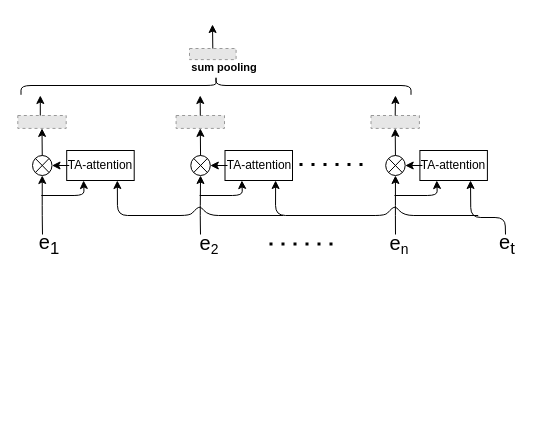
This is page "target awared attention" (6 of 9) of Untitled Diagram.drawio from jlinleung/Cheatsheets, a draw.io file, before an edit. Source tidied: cells renumbered, new cells numbered last; positions are measured from the earlier drawing's top-left corner, leaving out a move shared by most shapes. Both pictures are drawn from the tidied source at 100%, with x=0, y=0 at pixel (17, -110). Pictures stored in the file or linked from it are replaced by grey dashed boxes.
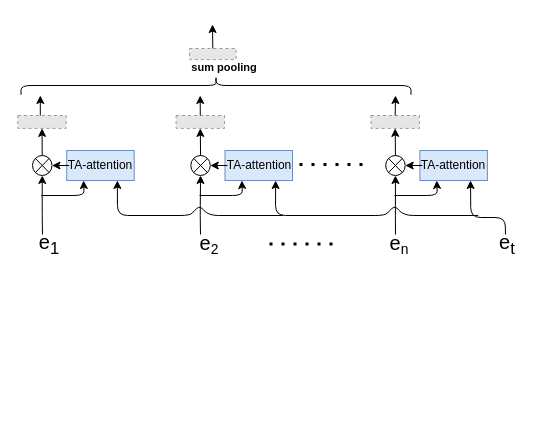
After the change.

Unchanged cells that the change refers to:
```xml
<mxCell id="6" style="group;" parent="5" vertex="1">
  <mxGeometry width="116.5" height="80" as="geometry" />
</mxCell>
<mxCell id="17" style="group;" parent="16" vertex="1">
  <mxGeometry width="116.5" height="80" as="geometry" />
</mxCell>
<mxCell id="29" style="group;" parent="28" vertex="1">
  <mxGeometry width="116.5" height="80" as="geometry" />
</mxCell>
```

Change to the diagram source:
```diff
@@
-    <mxCell id="8" value="TA-attention" style="whiteSpace=wrap;html=1;strokeWidth=1;" parent="6" vertex="1">
+    <mxCell id="8" value="TA-attention" style="whiteSpace=wrap;html=1;strokeWidth=1;fillColor=#dae8fc;strokeColor=#6c8ebf;" parent="6" vertex="1">
       <mxGeometry x="48.9" y="35" width="67.5" height="30" as="geometry" />
     </mxCell>
@@
-    <mxCell id="19" value="TA-attention" style="whiteSpace=wrap;html=1;strokeWidth=1;" parent="17" vertex="1">
+    <mxCell id="19" value="TA-attention" style="whiteSpace=wrap;html=1;strokeWidth=1;fillColor=#dae8fc;strokeColor=#6c8ebf;" parent="17" vertex="1">
       <mxGeometry x="48.9" y="35" width="67.5" height="30" as="geometry" />
     </mxCell>
@@
-    <mxCell id="31" value="TA-attention" style="whiteSpace=wrap;html=1;strokeWidth=1;" parent="29" vertex="1">
+    <mxCell id="31" value="TA-attention" style="whiteSpace=wrap;html=1;strokeWidth=1;fillColor=#dae8fc;strokeColor=#6c8ebf;" parent="29" vertex="1">
       <mxGeometry x="48.9" y="35" width="67.5" height="30" as="geometry" />
     </mxCell>
```
